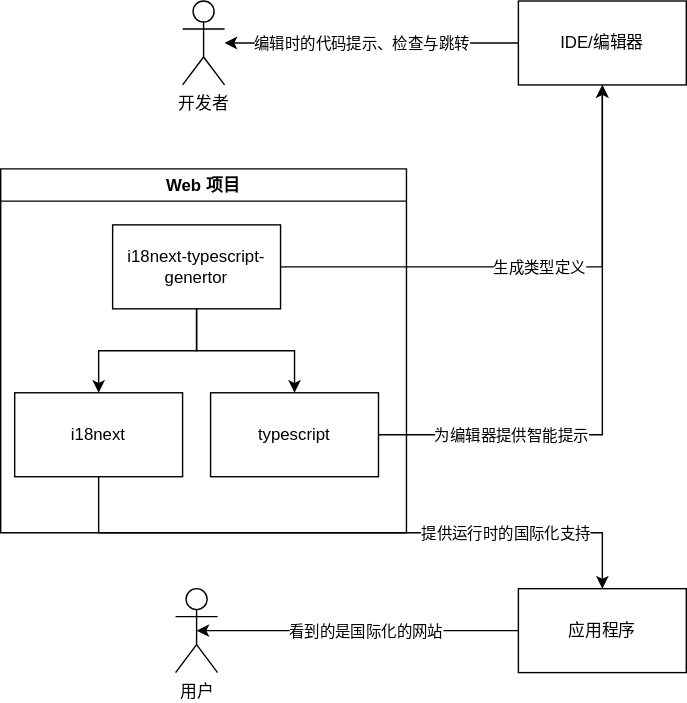
rxliuli/liuli-tools keeps this draw.io diagram as docs/tools/i18next-dts-gen/images/schema.drawio.svg. Above is the earlier version. Source tidied: cells renumbered, new cells last; positions are measured from the earlier drawing's top-left corner, leaving out a move shared by most shapes. The source it was exported from:
```xml
<mxGraphModel>
  <root>
    <mxCell id="0" />
    <mxCell id="1" parent="0" />
    <mxCell id="2" style="edgeStyle=orthogonalEdgeStyle;rounded=0;jettySize=auto;html=1;exitX=1;exitY=0.5;exitDx=0;exitDy=0;" parent="1" edge="1" source="12" target="9">
      <mxGeometry relative="1" as="geometry" />
    </mxCell>
    <mxCell id="3" value="生成类型定义" style="edgeLabel;html=1;align=center;verticalAlign=middle;" parent="2" vertex="1">
      <mxGeometry x="-0.3" y="2" relative="1" as="geometry">
        <mxPoint x="58" y="2" as="offset" />
      </mxGeometry>
    </mxCell>
    <mxCell id="4" style="edgeStyle=orthogonalEdgeStyle;rounded=0;jettySize=auto;html=1;" parent="1" edge="1" source="9" target="6">
      <mxGeometry relative="1" as="geometry">
        <Array as="points">
          <mxPoint x="320" y="30" />
          <mxPoint x="320" y="30" />
        </Array>
      </mxGeometry>
    </mxCell>
    <mxCell id="5" value="编辑时的代码提示、检查与跳转" style="edgeLabel;html=1;align=center;verticalAlign=middle;" parent="4" vertex="1">
      <mxGeometry x="-0.15" y="-1" relative="1" as="geometry">
        <mxPoint x="-24" y="1" as="offset" />
      </mxGeometry>
    </mxCell>
    <mxCell id="6" value="开发者" style="shape=umlActor;verticalLabelPosition=bottom;verticalAlign=top;html=1;outlineConnect=0;" parent="1" vertex="1">
      <mxGeometry x="130" width="30" height="60" as="geometry" />
    </mxCell>
    <mxCell id="7" style="edgeStyle=orthogonalEdgeStyle;rounded=0;jettySize=auto;html=1;" parent="1" edge="1" source="14" target="9">
      <mxGeometry relative="1" as="geometry" />
    </mxCell>
    <mxCell id="8" value="为编辑器提供智能提示" style="edgeLabel;html=1;align=center;verticalAlign=middle;" parent="7" vertex="1">
      <mxGeometry x="-0.3" y="1" relative="1" as="geometry">
        <mxPoint x="-49" y="1" as="offset" />
      </mxGeometry>
    </mxCell>
    <mxCell id="9" value="IDE/编辑器" style="rounded=0;whiteSpace=wrap;html=1;" parent="1" vertex="1">
      <mxGeometry x="370" width="120" height="60" as="geometry" />
    </mxCell>
    <mxCell id="10" value="Web 项目" style="swimlane;" parent="1" vertex="1">
      <mxGeometry y="120" width="290" height="260" as="geometry" />
    </mxCell>
    <mxCell id="11" value="i18next" style="rounded=0;whiteSpace=wrap;html=1;" parent="10" vertex="1">
      <mxGeometry x="10" y="160" width="120" height="60" as="geometry" />
    </mxCell>
    <mxCell id="12" value="i18next-typescript-genertor" style="rounded=0;whiteSpace=wrap;html=1;" parent="10" vertex="1">
      <mxGeometry x="80" y="40" width="120" height="60" as="geometry" />
    </mxCell>
    <mxCell id="13" style="edgeStyle=orthogonalEdgeStyle;rounded=0;jettySize=auto;html=1;exitX=0.5;exitY=1;exitDx=0;exitDy=0;" parent="10" edge="1" source="12" target="11">
      <mxGeometry relative="1" as="geometry" />
    </mxCell>
    <mxCell id="14" value="typescript" style="whiteSpace=wrap;html=1;rounded=0;" parent="10" vertex="1">
      <mxGeometry x="150" y="160" width="120" height="60" as="geometry" />
    </mxCell>
    <mxCell id="15" style="edgeStyle=orthogonalEdgeStyle;rounded=0;jettySize=auto;html=1;" parent="10" edge="1" source="12" target="14">
      <mxGeometry relative="1" as="geometry" />
    </mxCell>
    <mxCell id="16" style="edgeStyle=orthogonalEdgeStyle;rounded=0;jettySize=auto;html=1;entryX=0.5;entryY=0.5;entryDx=0;entryDy=0;entryPerimeter=0;" parent="1" edge="1" source="19" target="18">
      <mxGeometry relative="1" as="geometry" />
    </mxCell>
    <mxCell id="17" value="看到的是国际化的网站" style="edgeLabel;html=1;align=center;verticalAlign=middle;" parent="16" vertex="1">
      <mxGeometry x="0.15" relative="1" as="geometry">
        <mxPoint x="22" as="offset" />
      </mxGeometry>
    </mxCell>
    <mxCell id="18" value="用户" style="shape=umlActor;verticalLabelPosition=bottom;verticalAlign=top;html=1;outlineConnect=0;" parent="1" vertex="1">
      <mxGeometry x="125" y="420" width="30" height="60" as="geometry" />
    </mxCell>
    <mxCell id="19" value="应用程序" style="rounded=0;whiteSpace=wrap;html=1;" parent="1" vertex="1">
      <mxGeometry x="370" y="420" width="120" height="60" as="geometry" />
    </mxCell>
    <mxCell id="20" style="edgeStyle=orthogonalEdgeStyle;rounded=0;jettySize=auto;html=1;exitX=0.5;exitY=1;exitDx=0;exitDy=0;" parent="1" edge="1" source="11" target="19">
      <mxGeometry relative="1" as="geometry" />
    </mxCell>
    <mxCell id="21" value="提供运行时的国际化支持" style="edgeLabel;html=1;align=center;verticalAlign=middle;" parent="20" vertex="1">
      <mxGeometry x="0.36" relative="1" as="geometry">
        <mxPoint x="31" as="offset" />
      </mxGeometry>
    </mxCell>
  </root>
</mxGraphModel>
```
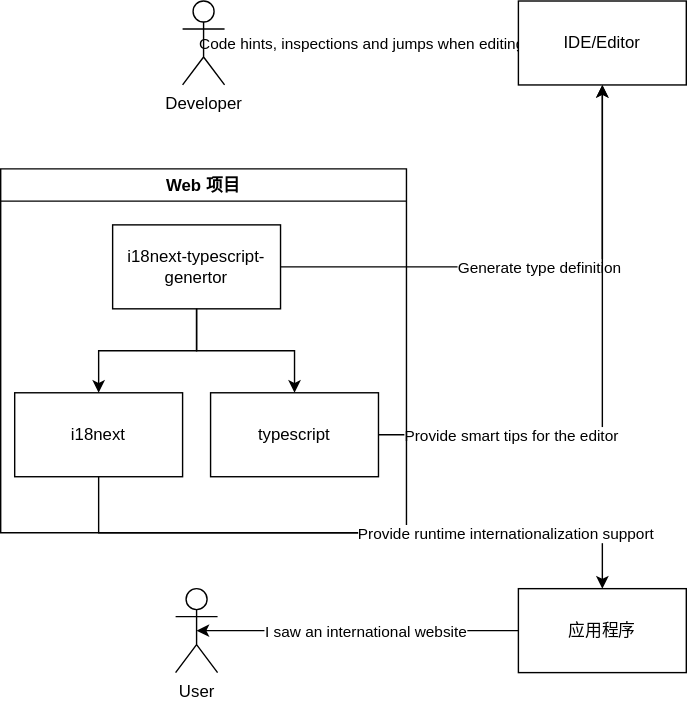
After the commit.

Commit message:
docs(i18next-dts-gen): 修改两个图表，将语言修改为英语

Diff of the diagram source:
```diff
@@ -5,7 +5,7 @@
     <mxCell id="2" style="edgeStyle=orthogonalEdgeStyle;rounded=0;jettySize=auto;html=1;exitX=1;exitY=0.5;exitDx=0;exitDy=0;" parent="1" edge="1" source="12" target="9">
       <mxGeometry relative="1" as="geometry" />
     </mxCell>
-    <mxCell id="3" value="生成类型定义" style="edgeLabel;html=1;align=center;verticalAlign=middle;" parent="2" vertex="1">
+    <mxCell id="3" value="Generate type definition" style="edgeLabel;html=1;align=center;verticalAlign=middle;" parent="2" vertex="1">
       <mxGeometry x="-0.3" y="2" relative="1" as="geometry">
         <mxPoint x="58" y="2" as="offset" />
       </mxGeometry>
@@ -18,23 +18,23 @@
         </Array>
       </mxGeometry>
     </mxCell>
-    <mxCell id="5" value="编辑时的代码提示、检查与跳转" style="edgeLabel;html=1;align=center;verticalAlign=middle;" parent="4" vertex="1">
+    <mxCell id="5" value="Code hints, inspections and jumps when editing" style="edgeLabel;html=1;align=center;verticalAlign=middle;" parent="4" vertex="1">
       <mxGeometry x="-0.15" y="-1" relative="1" as="geometry">
         <mxPoint x="-24" y="1" as="offset" />
       </mxGeometry>
     </mxCell>
-    <mxCell id="6" value="开发者" style="shape=umlActor;verticalLabelPosition=bottom;verticalAlign=top;html=1;outlineConnect=0;" parent="1" vertex="1">
+    <mxCell id="6" value="Developer" style="shape=umlActor;verticalLabelPosition=bottom;verticalAlign=top;html=1;outlineConnect=0;" parent="1" vertex="1">
       <mxGeometry x="130" width="30" height="60" as="geometry" />
     </mxCell>
     <mxCell id="7" style="edgeStyle=orthogonalEdgeStyle;rounded=0;jettySize=auto;html=1;" parent="1" edge="1" source="14" target="9">
       <mxGeometry relative="1" as="geometry" />
     </mxCell>
-    <mxCell id="8" value="为编辑器提供智能提示" style="edgeLabel;html=1;align=center;verticalAlign=middle;" parent="7" vertex="1">
+    <mxCell id="8" value="Provide smart tips for the editor" style="edgeLabel;html=1;align=center;verticalAlign=middle;" parent="7" vertex="1">
       <mxGeometry x="-0.3" y="1" relative="1" as="geometry">
         <mxPoint x="-49" y="1" as="offset" />
       </mxGeometry>
     </mxCell>
-    <mxCell id="9" value="IDE/编辑器" style="rounded=0;whiteSpace=wrap;html=1;" parent="1" vertex="1">
+    <mxCell id="9" value="IDE/Editor" style="rounded=0;whiteSpace=wrap;html=1;" parent="1" vertex="1">
       <mxGeometry x="370" width="120" height="60" as="geometry" />
     </mxCell>
     <mxCell id="10" value="Web 项目" style="swimlane;" parent="1" vertex="1">
@@ -58,12 +58,12 @@
     <mxCell id="16" style="edgeStyle=orthogonalEdgeStyle;rounded=0;jettySize=auto;html=1;entryX=0.5;entryY=0.5;entryDx=0;entryDy=0;entryPerimeter=0;" parent="1" edge="1" source="19" target="18">
       <mxGeometry relative="1" as="geometry" />
     </mxCell>
-    <mxCell id="17" value="看到的是国际化的网站" style="edgeLabel;html=1;align=center;verticalAlign=middle;" parent="16" vertex="1">
+    <mxCell id="17" value="I saw an international website" style="edgeLabel;html=1;align=center;verticalAlign=middle;" parent="16" vertex="1">
       <mxGeometry x="0.15" relative="1" as="geometry">
         <mxPoint x="22" as="offset" />
       </mxGeometry>
     </mxCell>
-    <mxCell id="18" value="用户" style="shape=umlActor;verticalLabelPosition=bottom;verticalAlign=top;html=1;outlineConnect=0;" parent="1" vertex="1">
+    <mxCell id="18" value="User" style="shape=umlActor;verticalLabelPosition=bottom;verticalAlign=top;html=1;outlineConnect=0;" parent="1" vertex="1">
       <mxGeometry x="125" y="420" width="30" height="60" as="geometry" />
     </mxCell>
     <mxCell id="19" value="应用程序" style="rounded=0;whiteSpace=wrap;html=1;" parent="1" vertex="1">
@@ -72,7 +72,7 @@
     <mxCell id="20" style="edgeStyle=orthogonalEdgeStyle;rounded=0;jettySize=auto;html=1;exitX=0.5;exitY=1;exitDx=0;exitDy=0;" parent="1" edge="1" source="11" target="19">
       <mxGeometry relative="1" as="geometry" />
     </mxCell>
-    <mxCell id="21" value="提供运行时的国际化支持" style="edgeLabel;html=1;align=center;verticalAlign=middle;" parent="20" vertex="1">
+    <mxCell id="21" value="Provide runtime internationalization support" style="edgeLabel;html=1;align=center;verticalAlign=middle;" parent="20" vertex="1">
       <mxGeometry x="0.36" relative="1" as="geometry">
         <mxPoint x="31" as="offset" />
       </mxGeometry>
```
